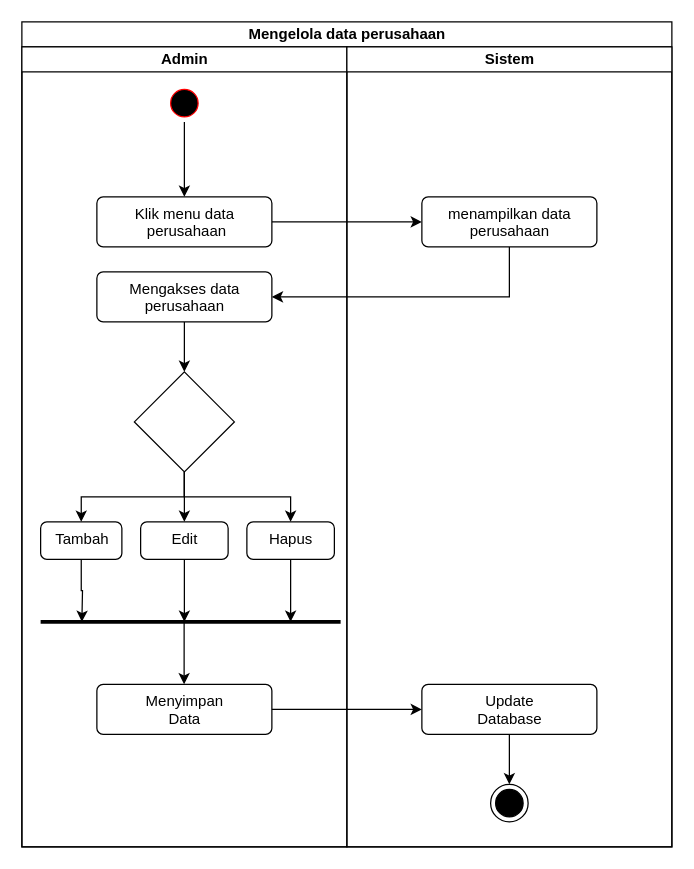
This is Untitled Diagram.drawio from rusdianto05/dianrusdianto.github.io, a draw.io file, before an edit. Source tidied: cells renumbered, new cells numbered last; positions are measured from the earlier drawing's top-left corner, leaving out a move shared by most shapes. Both pictures are drawn from the tidied source at 125%, with x=0, y=0 at pixel (21, 21).
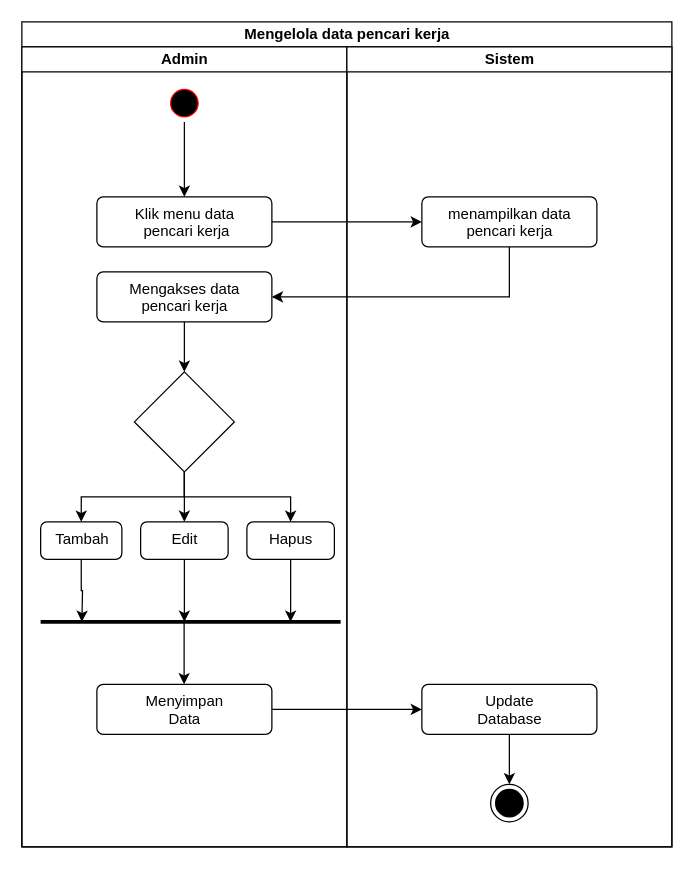
The same diagram, later.

Commit message:
Activity Diagram Pencari Kerja

Unchanged cells that the change refers to:
```xml
<mxCell id="5" value="Admin" style="swimlane;startSize=20;html=1;" parent="2" vertex="1">
  <mxGeometry y="20" width="260" height="640" as="geometry" />
</mxCell>
<mxCell id="21" value="Sistem" style="swimlane;startSize=20;html=1;" parent="2" vertex="1">
  <mxGeometry x="260" y="20" width="260" height="640" as="geometry" />
</mxCell>
```

Diff of the diagram source:
```diff
@@
-    <mxCell id="2" value="Mengelola data perusahaan" style="swimlane;startSize=20;html=1;" parent="1" vertex="1">
+    <mxCell id="2" value="Mengelola data pencari kerja" style="swimlane;startSize=20;html=1;" parent="1" vertex="1">
       <mxGeometry width="520" height="660" as="geometry" />
     </mxCell>
@@
-    <mxCell id="8" value="Klik menu data&lt;br&gt;&amp;nbsp;perusahaan" style="html=1;align=center;verticalAlign=top;rounded=1;absoluteArcSize=1;arcSize=10;dashed=0;" parent="5" vertex="1">
+    <mxCell id="8" value="Klik menu data&lt;br&gt;&amp;nbsp;pencari kerja" style="html=1;align=center;verticalAlign=top;rounded=1;absoluteArcSize=1;arcSize=10;dashed=0;" parent="5" vertex="1">
       <mxGeometry x="60" y="120" width="140" height="40" as="geometry" />
     </mxCell>
@@
-    <mxCell id="10" value="Mengakses data&lt;br&gt;perusahaan" style="html=1;align=center;verticalAlign=top;rounded=1;absoluteArcSize=1;arcSize=10;dashed=0;" parent="5" vertex="1">
+    <mxCell id="10" value="Mengakses data&lt;br&gt;pencari kerja" style="html=1;align=center;verticalAlign=top;rounded=1;absoluteArcSize=1;arcSize=10;dashed=0;" parent="5" vertex="1">
       <mxGeometry x="60" y="180" width="140" height="40" as="geometry" />
     </mxCell>
@@
-    <mxCell id="22" value="menampilkan data&lt;br&gt;perusahaan" style="html=1;align=center;verticalAlign=top;rounded=1;absoluteArcSize=1;arcSize=10;dashed=0;" parent="21" vertex="1">
+    <mxCell id="22" value="menampilkan data&lt;br&gt;pencari kerja" style="html=1;align=center;verticalAlign=top;rounded=1;absoluteArcSize=1;arcSize=10;dashed=0;" parent="21" vertex="1">
       <mxGeometry x="60" y="120" width="140" height="40" as="geometry" />
     </mxCell>
```
